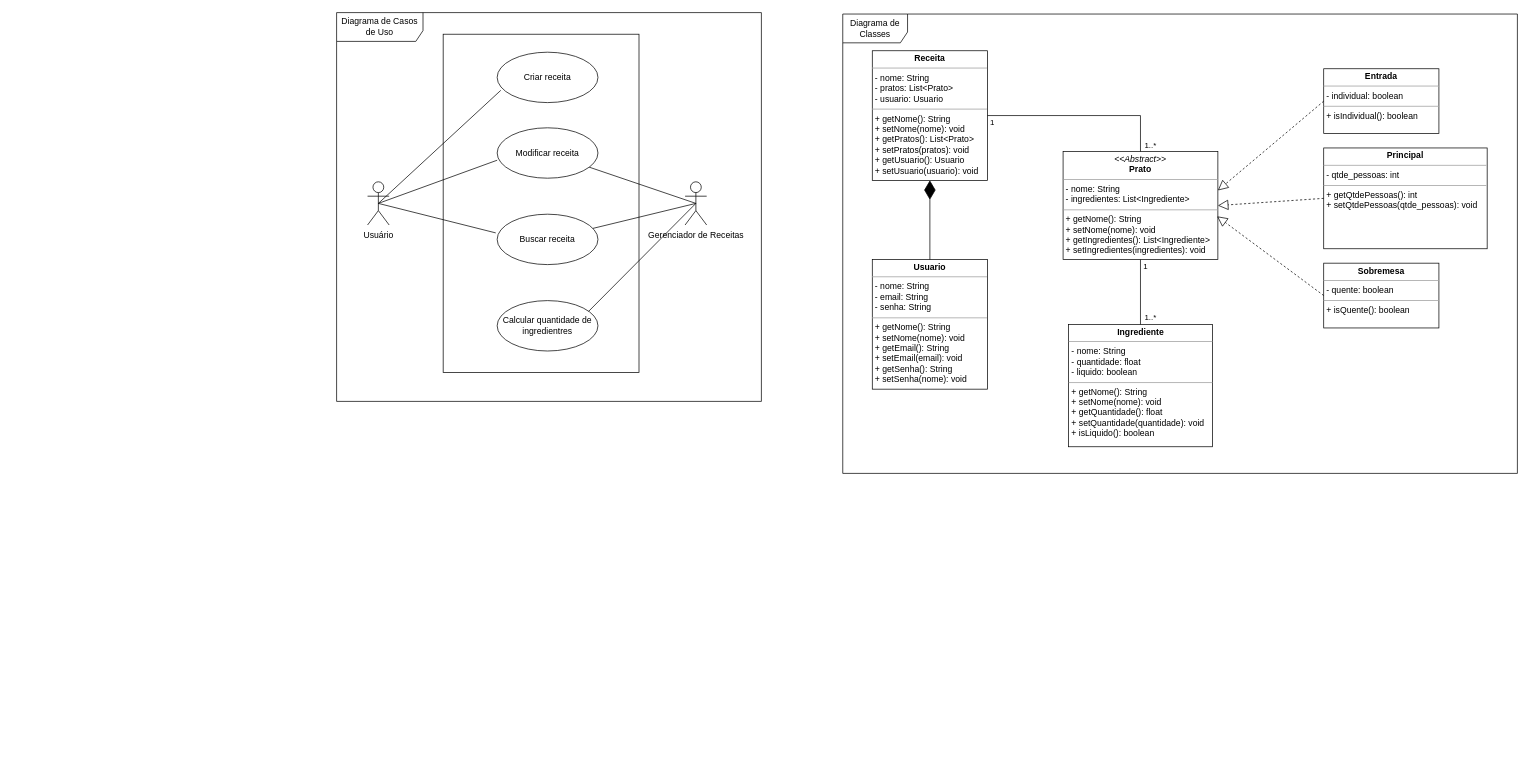
Earlier version of the draw.io diagram ReceitaFacil.drawio (NKIdehara/ReceitaFacil). Source tidied: cells renumbered, new cells numbered last; positions are measured from the earlier drawing's top-left corner, leaving out a move shared by most shapes. Both pictures are drawn from the tidied source at 72%, with x=0, y=0 at pixel (336, 12).
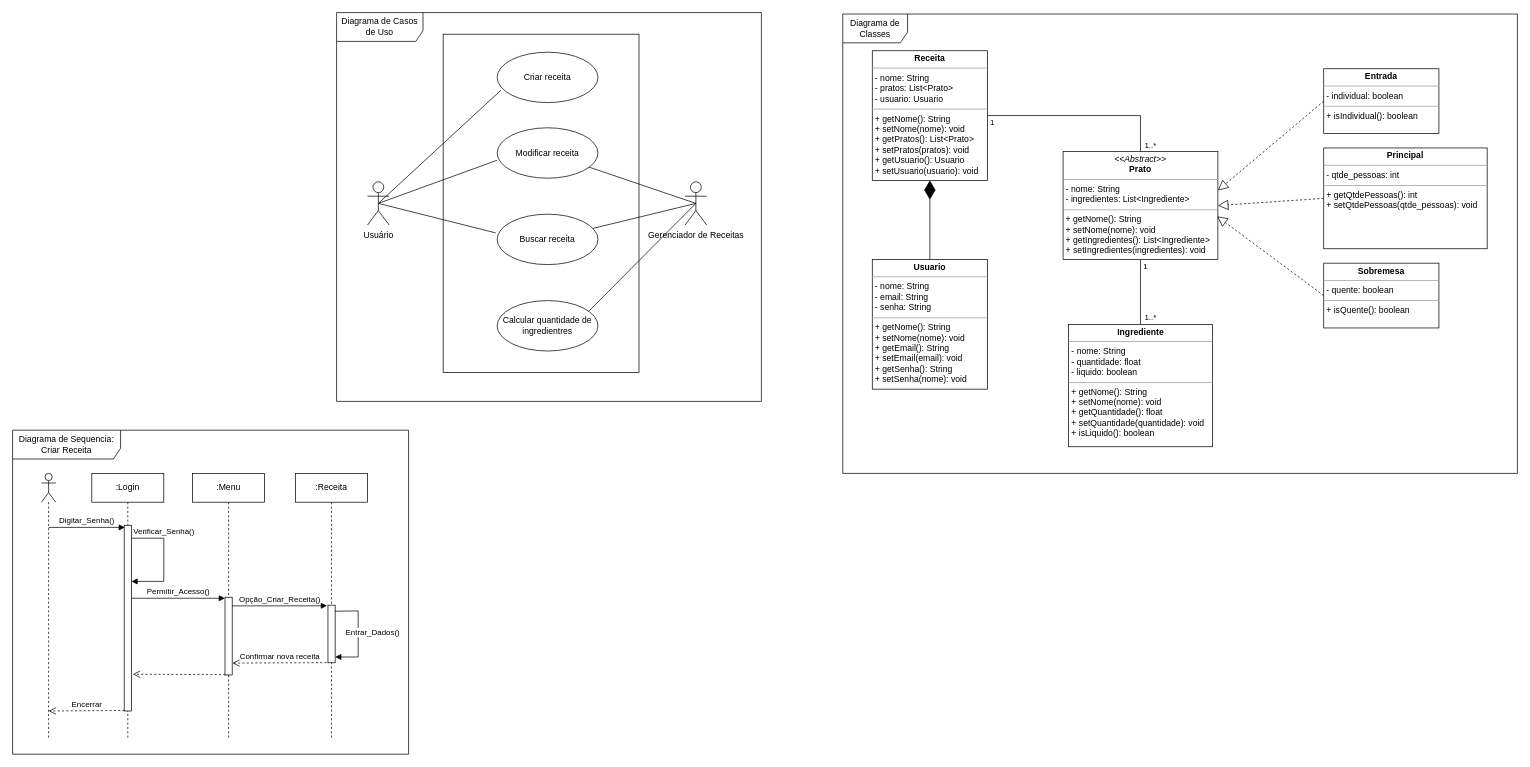
The same page after the edit.

Commit message:
Diagrama de Sequencia

Diff of the diagram source:
```diff
@@
+    <mxCell id="34" value="Diagrama de Sequencia:&lt;br&gt;Criar Receita" style="shape=umlFrame;whiteSpace=wrap;html=1;width=150;height=40;" parent="1" vertex="1">
+      <mxGeometry x="-450" y="580" width="550" height="450" as="geometry" />
+    </mxCell>
@@
+    <mxCell id="35" style="shape=umlLifeline;participant=umlActor;perimeter=lifelinePerimeter;whiteSpace=wrap;html=1;verticalAlign=top;spacingTop=36;" parent="1" vertex="1">
+      <mxGeometry x="-410" y="640" width="20" height="370" as="geometry" />
+    </mxCell>
+    <mxCell id="36" value="Digitar_Senha()" style="html=1;verticalAlign=bottom;endArrow=block;rounded=0;entryX=0.1;entryY=0.1;entryDx=0;entryDy=0;entryPerimeter=0;" parent="35" edge="1">
+      <mxGeometry relative="1" as="geometry">
+        <mxPoint x="10" y="75" as="sourcePoint" />
+        <mxPoint x="116" y="75" as="targetPoint" />
+      </mxGeometry>
+    </mxCell>
+    <mxCell id="37" value=":Login" style="shape=umlLifeline;perimeter=lifelinePerimeter;whiteSpace=wrap;html=1;" parent="1" vertex="1">
+      <mxGeometry x="-340" y="640" width="100" height="370" as="geometry" />
+    </mxCell>
+    <mxCell id="38" style="html=1;points=[];perimeter=orthogonalPerimeter;" parent="37" vertex="1">
+      <mxGeometry x="45" y="72" width="10" height="258" as="geometry" />
+    </mxCell>
+    <mxCell id="39" value="Verificar_Senha()" style="html=1;verticalAlign=bottom;endArrow=block;rounded=0;" parent="37" edge="1" source="38" target="38">
+      <mxGeometry x="-0.4" relative="1" as="geometry">
+        <Array as="points">
+          <mxPoint x="100" y="90" />
+          <mxPoint x="100" y="150" />
+        </Array>
+      </mxGeometry>
+    </mxCell>
+    <mxCell id="40" value=":Menu" style="shape=umlLifeline;perimeter=lifelinePerimeter;whiteSpace=wrap;html=1;" parent="1" vertex="1">
+      <mxGeometry x="-200" y="640" width="100" height="370" as="geometry" />
+    </mxCell>
+    <mxCell id="41" value="Permitir_Acesso()" style="html=1;verticalAlign=bottom;endArrow=block;rounded=0;entryX=0;entryY=0.013;entryDx=0;entryDy=0;entryPerimeter=0;" parent="1" edge="1" source="38" target="42">
+      <mxGeometry relative="1" as="geometry" />
+    </mxCell>
+    <mxCell id="42" style="html=1;points=[];perimeter=orthogonalPerimeter;" parent="1" vertex="1">
+      <mxGeometry x="-155" y="812" width="10" height="108" as="geometry" />
+    </mxCell>
+    <mxCell id="43" value=":Receita" style="shape=umlLifeline;perimeter=lifelinePerimeter;whiteSpace=wrap;html=1;" parent="1" vertex="1">
+      <mxGeometry x="-57" y="640" width="100" height="370" as="geometry" />
+    </mxCell>
+    <mxCell id="44" style="html=1;points=[];perimeter=orthogonalPerimeter;" parent="43" vertex="1">
+      <mxGeometry x="45" y="183" width="10" height="80" as="geometry" />
+    </mxCell>
+    <mxCell id="45" value="Entrar_Dados()" style="html=1;verticalAlign=bottom;endArrow=block;rounded=0;exitX=0.957;exitY=0.105;exitDx=0;exitDy=0;exitPerimeter=0;" parent="43" edge="1" source="44" target="44">
+      <mxGeometry x="0.11" y="20" relative="1" as="geometry">
+        <Array as="points">
+          <mxPoint x="87" y="191" />
+        </Array>
+      </mxGeometry>
+    </mxCell>
+    <mxCell id="46" value="Opção_Criar_Receita()" style="html=1;verticalAlign=bottom;endArrow=block;rounded=0;entryX=-0.129;entryY=0.011;entryDx=0;entryDy=0;entryPerimeter=0;exitX=0.971;exitY=0.111;exitDx=0;exitDy=0;exitPerimeter=0;" parent="1" edge="1" source="42" target="44">
+      <mxGeometry relative="1" as="geometry" />
+    </mxCell>
+    <mxCell id="47" value="Confirmar nova receita" style="html=1;verticalAlign=bottom;endArrow=open;dashed=1;endSize=8;rounded=0;exitX=-0.186;exitY=0.998;exitDx=0;exitDy=0;exitPerimeter=0;entryX=1.029;entryY=0.847;entryDx=0;entryDy=0;entryPerimeter=0;" parent="1" edge="1" source="44" target="42">
+      <mxGeometry relative="1" as="geometry" />
+    </mxCell>
+    <mxCell id="48" style="html=1;verticalAlign=bottom;endArrow=open;dashed=1;endSize=8;rounded=0;exitX=0.057;exitY=0.995;exitDx=0;exitDy=0;exitPerimeter=0;entryX=1.2;entryY=0.802;entryDx=0;entryDy=0;entryPerimeter=0;" parent="1" edge="1" source="42" target="38">
+      <mxGeometry relative="1" as="geometry" />
+    </mxCell>
+    <mxCell id="49" value="Encerrar" style="html=1;verticalAlign=bottom;endArrow=open;dashed=1;endSize=8;rounded=0;exitX=0.057;exitY=0.997;exitDx=0;exitDy=0;exitPerimeter=0;" parent="1" edge="1" source="38">
+      <mxGeometry relative="1" as="geometry">
+        <mxPoint x="-400" y="970" as="targetPoint" />
+      </mxGeometry>
+    </mxCell>
```
